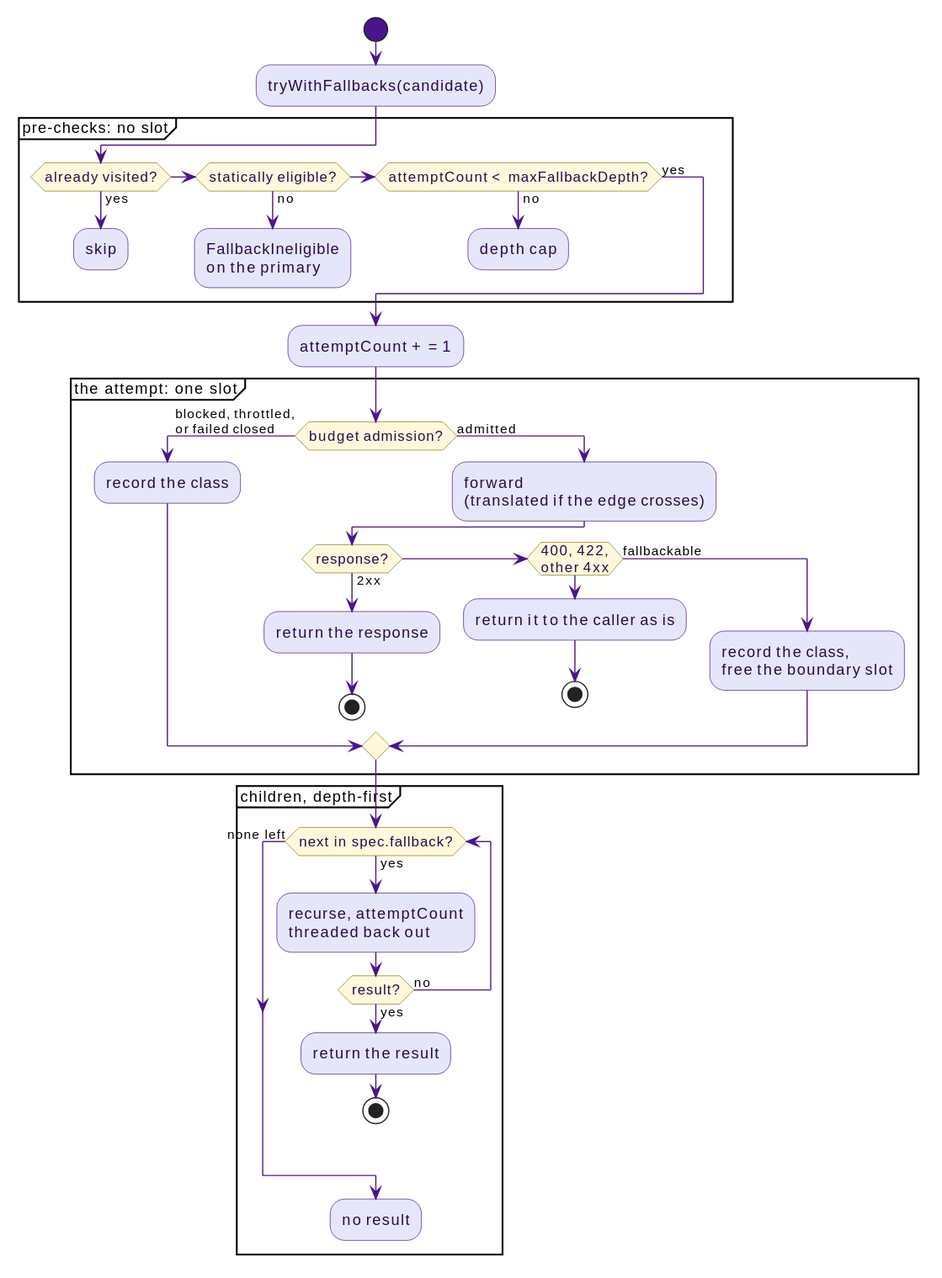
Earlier version of the PlantUML export docs/src/diagrams/fallback-traversal.svg (win07xp/kaalm).
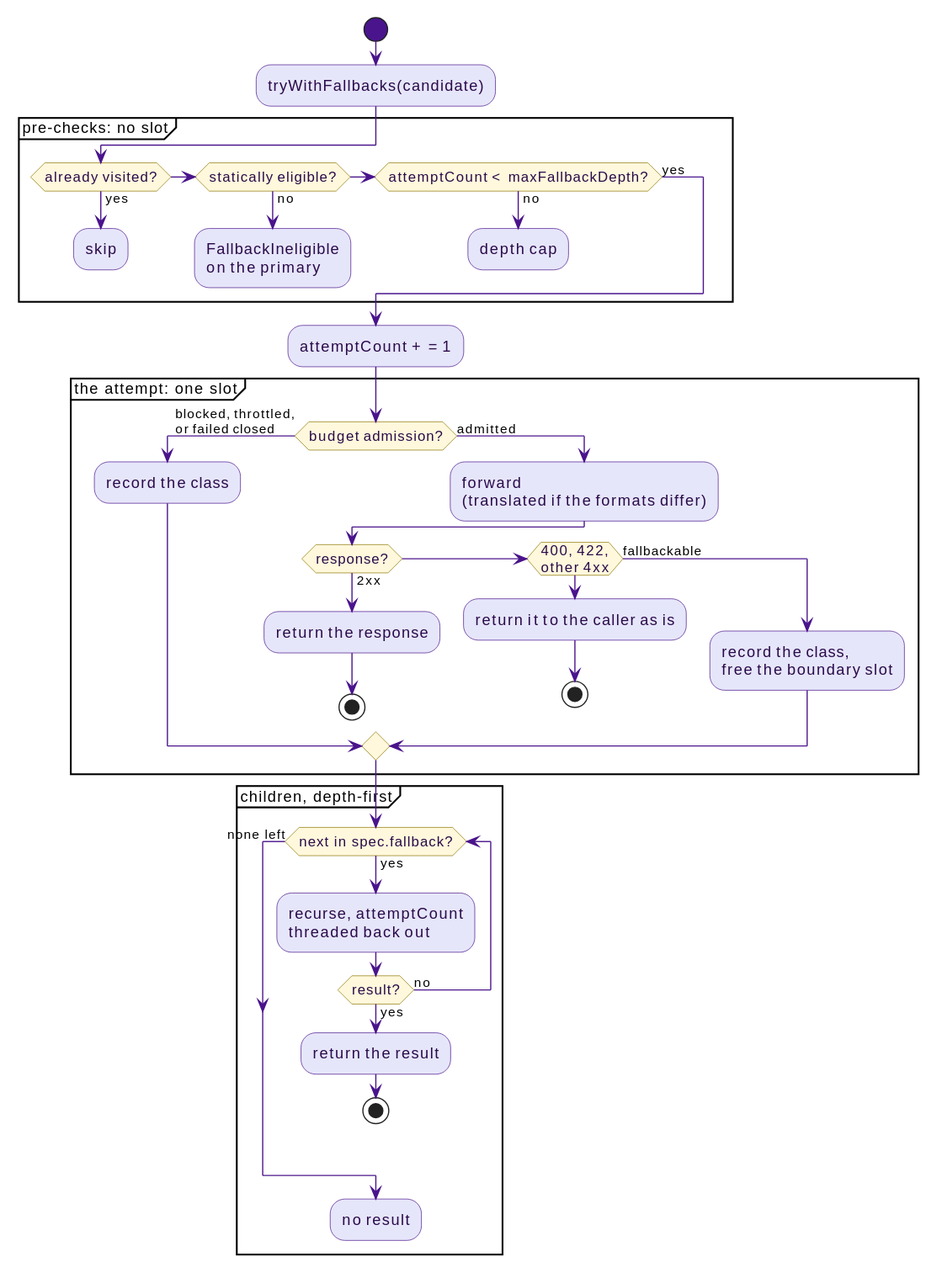
After the change.

Diff of the diagram source:
```diff
@@ -24,7 +24,7 @@
   if (budget admission?) then (blocked, throttled,\nor failed closed)
     :record the class;
   else (admitted)
-    :forward\n(translated if the edge crosses);
+    :forward\n(translated if the formats differ);
     if (response?) then (2xx)
       :return the response;
       stop
```
